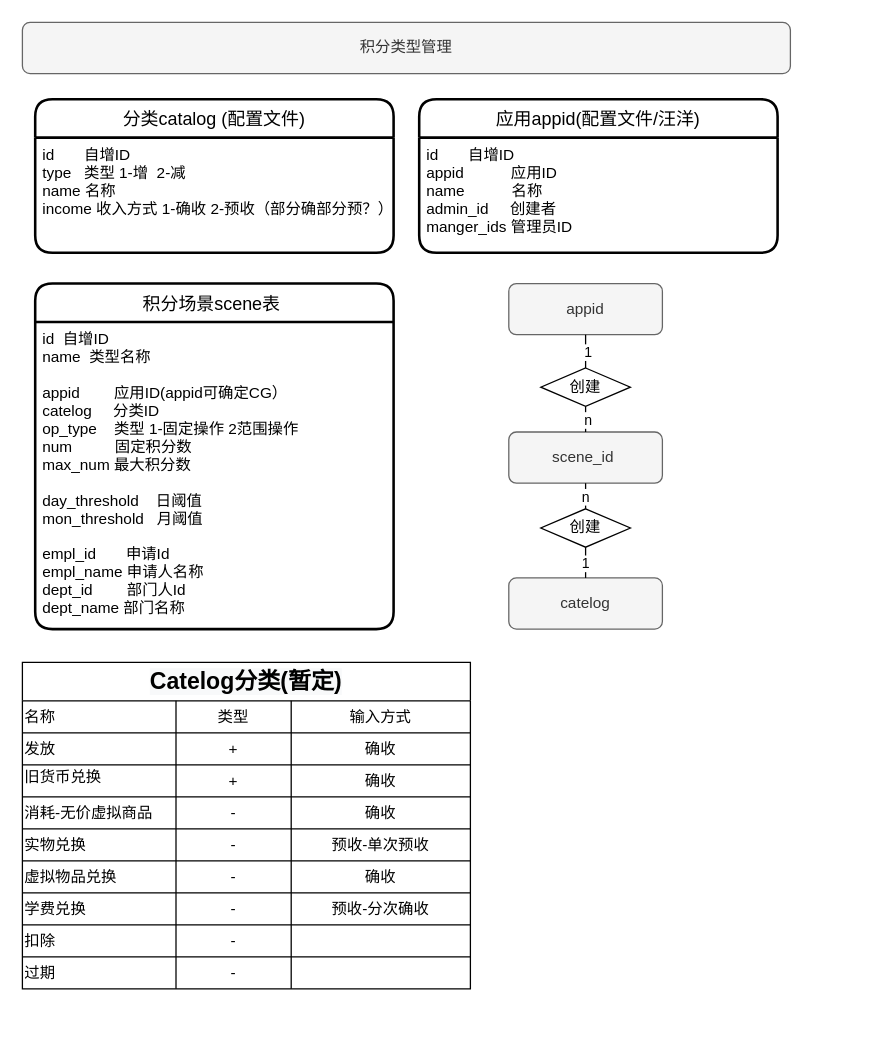
Above: 积分商城-业务整理.drawio in huaiyongtai/diagrams (draw.io), before the change. Source tidied: cells renumbered, new cells numbered last; positions are measured from the earlier drawing's top-left corner, leaving out a move shared by most shapes. Both pictures are drawn from the tidied source at 128%, with x=0, y=0 at pixel (22, 22).
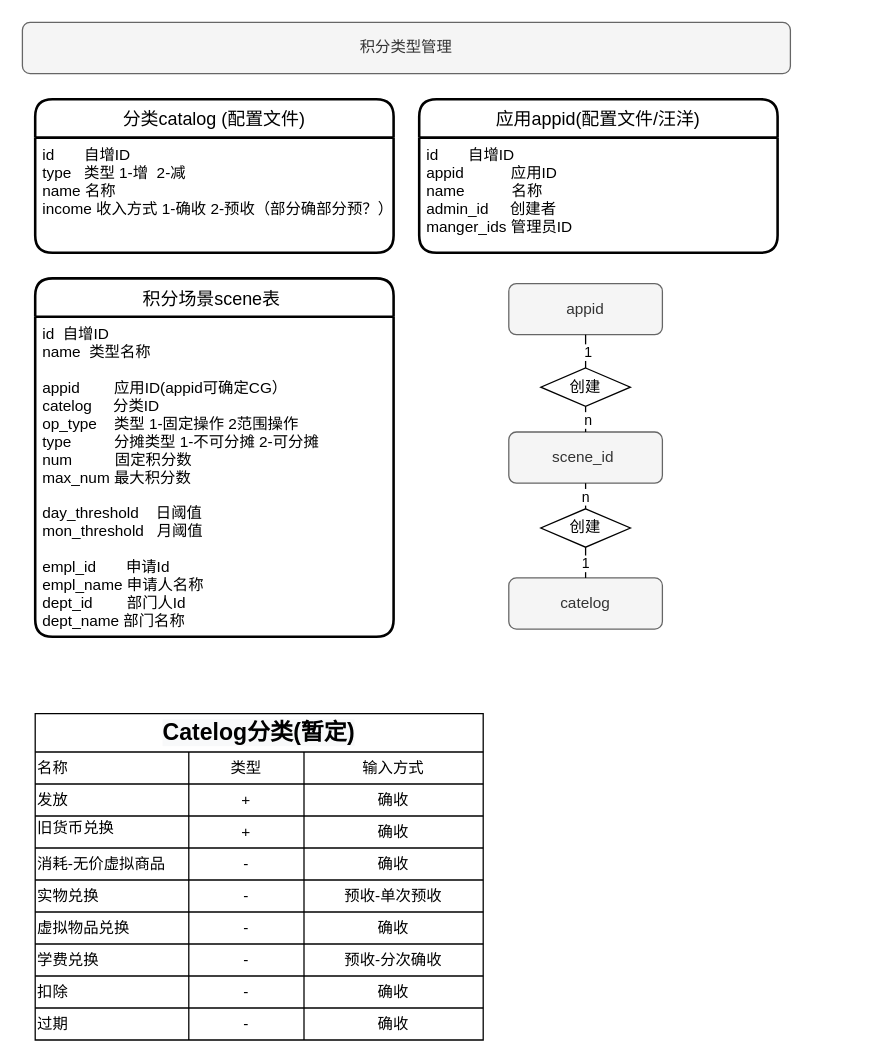
After the change.

Commit message:
更新积分商城-业务整理.drawio

The change refers to these unchanged cells:
```xml
<mxCell id="52" style="shape=partialRectangle;html=1;whiteSpace=wrap;fillColor=none;top=0;left=0;bottom=0;right=0;" parent="23" vertex="1">
  <mxGeometry y="205" width="350" height="25" as="geometry" />
</mxCell>
<mxCell id="56" style="shape=partialRectangle;html=1;whiteSpace=wrap;fillColor=none;top=0;left=0;bottom=0;right=0;" parent="23" vertex="1">
  <mxGeometry y="230" width="350" height="25" as="geometry" />
</mxCell>
```

The edit, as a diff of the source:
```diff
@@
     <mxCell id="3" value="积分场景scene表 " style="swimlane;horizontal=1;startSize=30;rounded=1;fontSize=14;fontStyle=0;strokeWidth=2;shadow=0;dashed=0;align=center;" parent="1" vertex="1">
-      <mxGeometry x="10" y="204" width="280" height="270" as="geometry" />
+      <mxGeometry x="10" y="200" width="280" height="280" as="geometry" />
     </mxCell>
-    <mxCell id="4" value="id  自增ID&#10;name  类型名称&#10;&#10;appid        应用ID(appid可确定CG）&#10;catelog     分类ID&#10;op_type    类型 1-固定操作 2范围操作&#10;num          固定积分数&#10;max_num 最大积分数&#10;&#10;day_threshold    日阈值&#10;mon_threshold   月阈值&#10;&#10;empl_id       申请Id&#10;empl_name 申请人名称&#10;dept_id        部门人Id&#10;dept_name 部门名称" style="align=left;strokeColor=none;fillColor=none;spacingLeft=4;fontSize=12;verticalAlign=top;" parent="3" vertex="1">
-      <mxGeometry y="30" width="280" height="240" as="geometry" />
+    <mxCell id="4" value="id  自增ID&#10;name  类型名称&#10;&#10;appid        应用ID(appid可确定CG）&#10;catelog     分类ID&#10;op_type    类型 1-固定操作 2范围操作&#10;type          分摊类型 1-不可分摊 2-可分摊&#10;num          固定积分数&#10;max_num 最大积分数&#10;&#10;day_threshold    日阈值&#10;mon_threshold   月阈值&#10;&#10;empl_id       申请Id&#10;empl_name 申请人名称&#10;dept_id        部门人Id&#10;dept_name 部门名称" style="align=left;strokeColor=none;fillColor=none;spacingLeft=4;fontSize=12;verticalAlign=top;" parent="3" vertex="1">
+      <mxGeometry y="30" width="280" height="250" as="geometry" />
     </mxCell>
@@
     <mxCell id="23" value="&lt;h1 style=&quot;color: rgb(0 , 0 , 0) ; font-family: &amp;#34;helvetica&amp;#34; ; font-style: normal ; letter-spacing: normal ; text-align: left ; text-indent: 0px ; text-transform: none ; word-spacing: 0px ; background-color: rgb(248 , 249 , 250) ; font-size: 18px&quot;&gt;Catelog分类(暂定)&lt;/h1&gt;" style="shape=table;html=1;whiteSpace=wrap;startSize=30;childLayout=tableLayout;fontStyle=1;align=center;" parent="1" vertex="1">
-      <mxGeometry y="500" width="350" height="255" as="geometry" />
+      <mxGeometry x="10" y="540" width="350" height="255" as="geometry" />
     </mxCell>
@@
-    <mxCell id="55" style="shape=partialRectangle;html=1;whiteSpace=wrap;fillColor=none;top=0;left=0;bottom=0;right=0;overflow=hidden;" parent="52" vertex="1">
+    <mxCell id="55" value="确收" style="shape=partialRectangle;html=1;whiteSpace=wrap;fillColor=none;top=0;left=0;bottom=0;right=0;overflow=hidden;" parent="52" vertex="1">
       <mxGeometry x="210" width="140" height="25" as="geometry" />
     </mxCell>
@@
-    <mxCell id="59" style="shape=partialRectangle;html=1;whiteSpace=wrap;fillColor=none;top=0;left=0;bottom=0;right=0;overflow=hidden;" parent="56" vertex="1">
+    <mxCell id="59" value="确收" style="shape=partialRectangle;html=1;whiteSpace=wrap;fillColor=none;top=0;left=0;bottom=0;right=0;overflow=hidden;" parent="56" vertex="1">
       <mxGeometry x="210" width="140" height="25" as="geometry" />
     </mxCell>
```
